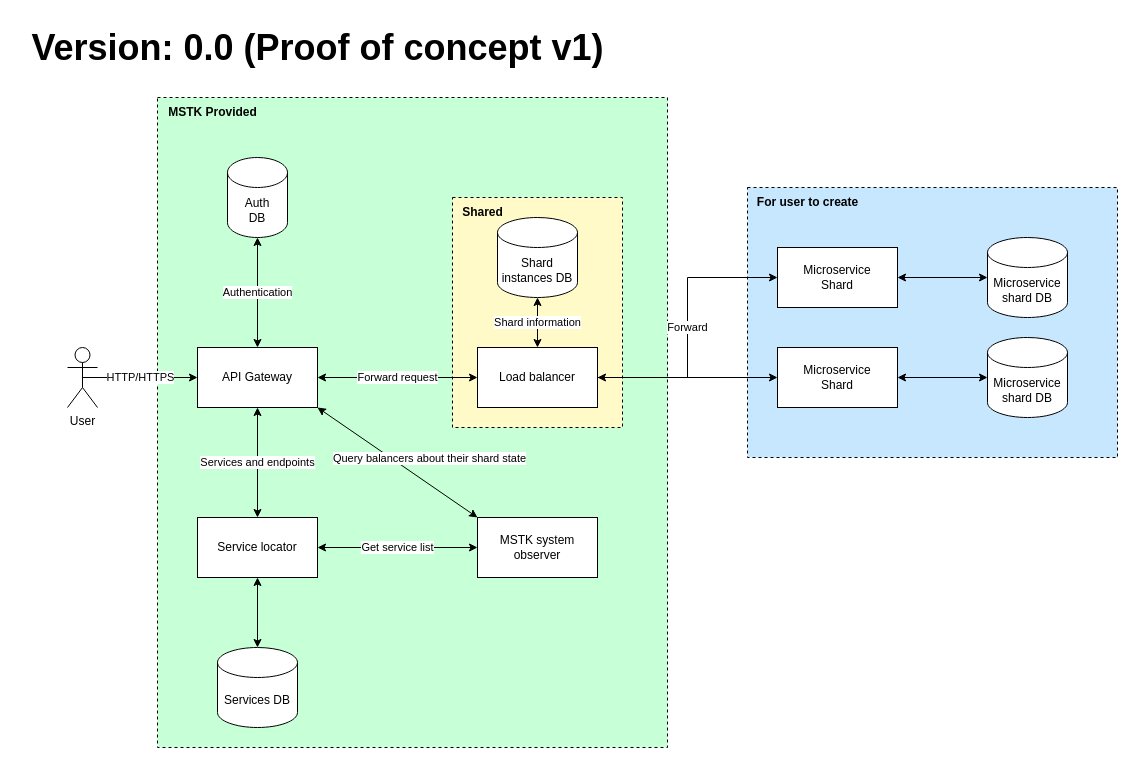
The draw.io diagram design/PoCv1.drawio in nfwGytautas/wdtk-cli, before the edit. Source tidied: cells renumbered, new cells numbered last; positions are measured from the earlier drawing's top-left corner, leaving out a move shared by most shapes. Both pictures are drawn from the tidied source at 100%, with x=0, y=0 at pixel (17, 17).
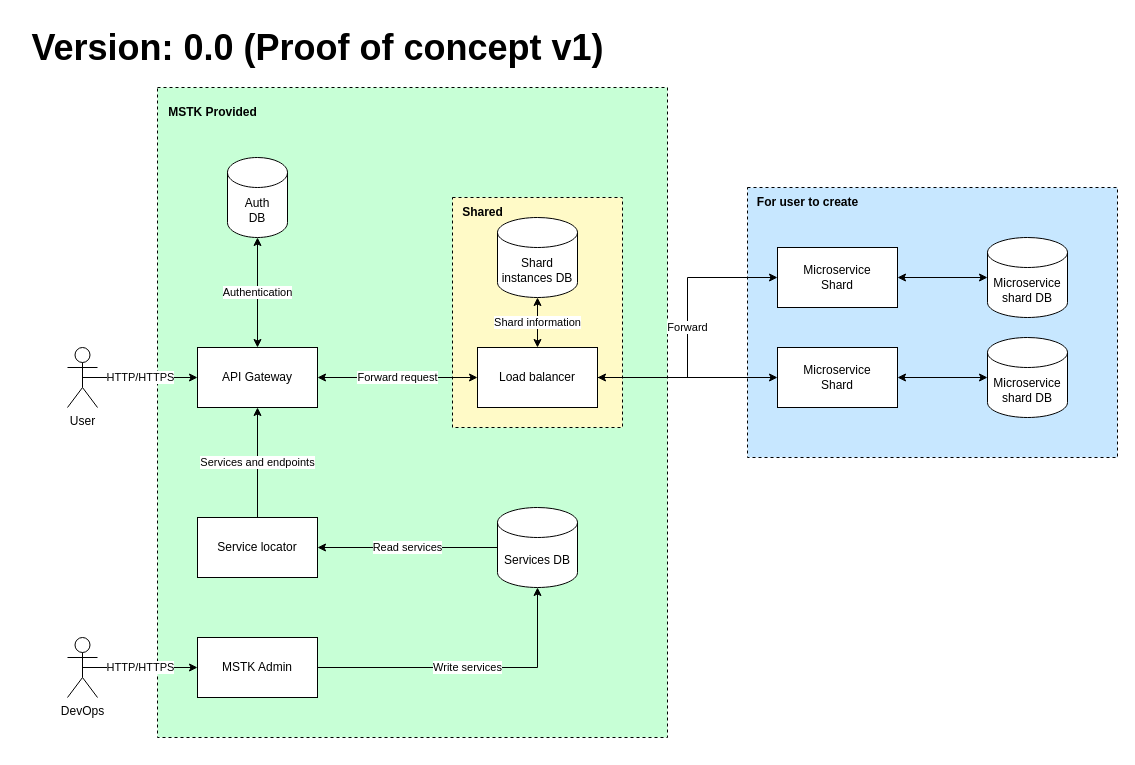
After the change.

Unchanged cells that the change refers to:
```xml
<mxCell id="9" value="API Gateway" style="whiteSpace=wrap;html=1;verticalAlign=middle;" parent="1" vertex="1">
  <mxGeometry x="180" y="330" width="120" height="60" as="geometry" />
</mxCell>
<mxCell id="10" value="Service locator" style="rounded=0;whiteSpace=wrap;html=1;" parent="1" vertex="1">
  <mxGeometry x="180" y="500" width="120" height="60" as="geometry" />
</mxCell>
```

What changed in the source:
```diff
@@
     <mxCell id="3" style="whiteSpace=wrap;html=1;dashed=1;perimeterSpacing=0;strokeWidth=1;fillColor=#C7FFD6;" parent="1" vertex="1">
-      <mxGeometry x="140" y="80" width="510" height="650" as="geometry" />
+      <mxGeometry x="140" y="70" width="510" height="650" as="geometry" />
     </mxCell>
@@
     <mxCell id="15" value="Services DB" style="shape=cylinder3;whiteSpace=wrap;html=1;boundedLbl=1;backgroundOutline=1;size=15;" parent="1" vertex="1">
-      <mxGeometry x="200" y="630" width="80" height="80" as="geometry" />
+      <mxGeometry x="480" y="490" width="80" height="80" as="geometry" />
     </mxCell>
-    <mxCell id="16" style="endArrow=classic;startArrow=classic;html=1;rounded=0;entryX=0.5;entryY=1;entryDx=0;entryDy=0;exitX=0.5;exitY=0;exitDx=0;exitDy=0;exitPerimeter=0;" parent="1" edge="1" source="15" target="10">
+    <mxCell id="16" value="Read services" style="endArrow=classic;startArrow=none;html=1;rounded=0;entryX=1;entryY=0.5;entryDx=0;entryDy=0;exitX=0;exitY=0.5;exitDx=0;exitDy=0;exitPerimeter=0;startFill=0;" parent="1" edge="1" source="15" target="10">
       <mxGeometry relative="1" as="geometry" />
     </mxCell>
-    <mxCell id="17" value="Services and endpoints" style="endArrow=classic;startArrow=classic;html=1;rounded=0;strokeColor=default;entryX=0.5;entryY=1;entryDx=0;entryDy=0;exitX=0.5;exitY=0;exitDx=0;exitDy=0;" parent="1" edge="1" source="10" target="9">
+    <mxCell id="17" value="Services and endpoints" style="endArrow=classic;startArrow=none;html=1;rounded=0;strokeColor=default;entryX=0.5;entryY=1;entryDx=0;entryDy=0;exitX=0.5;exitY=0;exitDx=0;exitDy=0;startFill=0;" parent="1" edge="1" source="10" target="9">
       <mxGeometry relative="1" as="geometry" />
     </mxCell>
@@
-    <mxCell id="30" value="Get service list" style="edgeStyle=orthogonalEdgeStyle;rounded=0;jettySize=auto;html=1;exitX=0;exitY=0.5;exitDx=0;exitDy=0;entryX=1;entryY=0.5;entryDx=0;entryDy=0;startArrow=classic;startFill=1;" parent="1" edge="1" source="32" target="10">
-      <mxGeometry relative="1" as="geometry" />
-    </mxCell>
-    <mxCell id="31" value="Query balancers about their shard state" style="rounded=0;jettySize=auto;html=1;exitX=0;exitY=0;exitDx=0;exitDy=0;entryX=1;entryY=1;entryDx=0;entryDy=0;startArrow=classic;startFill=1;elbow=vertical;" parent="1" edge="1" source="32" target="9">
-      <mxGeometry x="-0.25" y="-22" relative="1" as="geometry" />
-    </mxCell>
-    <mxCell id="32" value="MSTK system observer" style="rounded=0;whiteSpace=wrap;html=1;" parent="1" vertex="1">
-      <mxGeometry x="460" y="500" width="120" height="60" as="geometry" />
-    </mxCell>
+    <mxCell id="33" value="Write services" style="edgeStyle=orthogonalEdgeStyle;rounded=0;jettySize=auto;html=1;exitX=1;exitY=0.5;exitDx=0;exitDy=0;entryX=0.5;entryY=1;entryDx=0;entryDy=0;entryPerimeter=0;startArrow=none;startFill=0;" parent="1" edge="1" source="34" target="15">
+      <mxGeometry relative="1" as="geometry" />
+    </mxCell>
+    <mxCell id="34" value="MSTK Admin" style="rounded=0;whiteSpace=wrap;html=1;" parent="1" vertex="1">
+      <mxGeometry x="180" y="620" width="120" height="60" as="geometry" />
+    </mxCell>
+    <mxCell id="35" value="HTTP/HTTPS" style="edgeStyle=orthogonalEdgeStyle;rounded=0;jettySize=auto;html=1;entryX=0;entryY=0.5;entryDx=0;entryDy=0;startArrow=none;startFill=0;exitX=0.5;exitY=0.5;exitDx=0;exitDy=0;exitPerimeter=0;" parent="1" edge="1" source="36" target="34">
+      <mxGeometry relative="1" as="geometry">
+        <Array as="points">
+          <mxPoint x="100" y="650" />
+          <mxPoint x="100" y="650" />
+        </Array>
+      </mxGeometry>
+    </mxCell>
+    <mxCell id="36" value="DevOps" style="shape=umlActor;verticalLabelPosition=bottom;verticalAlign=top;html=1;outlineConnect=0;" parent="1" vertex="1">
+      <mxGeometry x="50" y="620" width="30" height="60" as="geometry" />
+    </mxCell>
```
